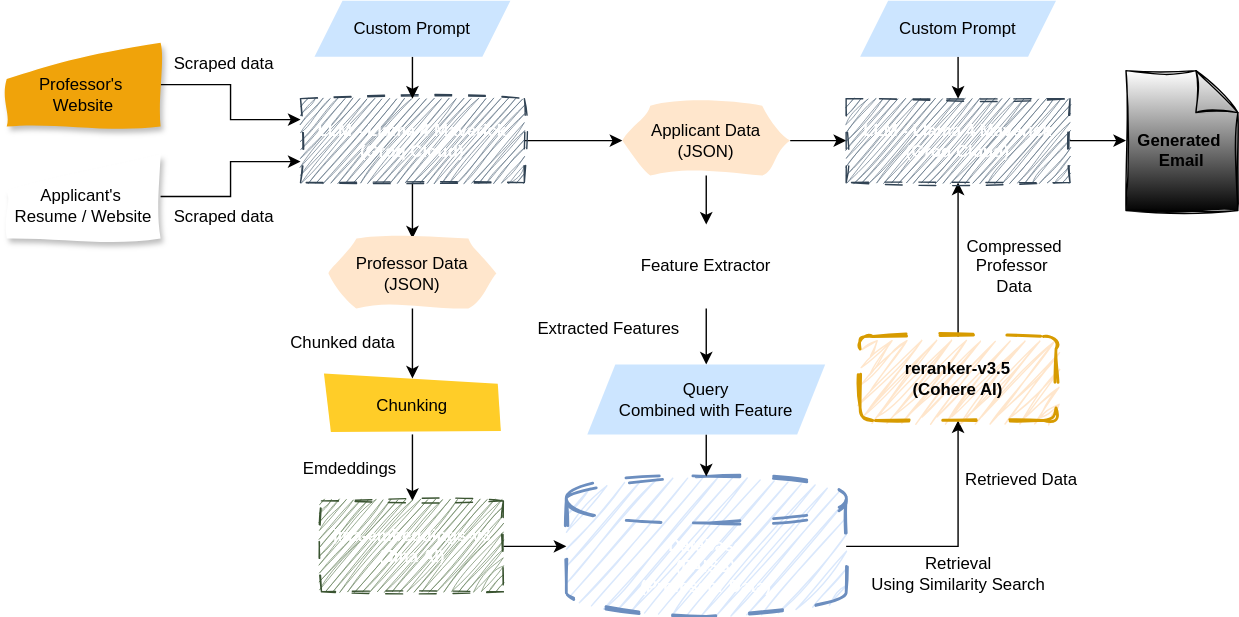
This is workflow.svg from arpon-kapuria/cold-mail-generator, a draw.io export, as it was before one commit. Source tidied: cells renumbered, new cells last; positions are measured from the earlier drawing's top-left corner, leaving out a move shared by most shapes.
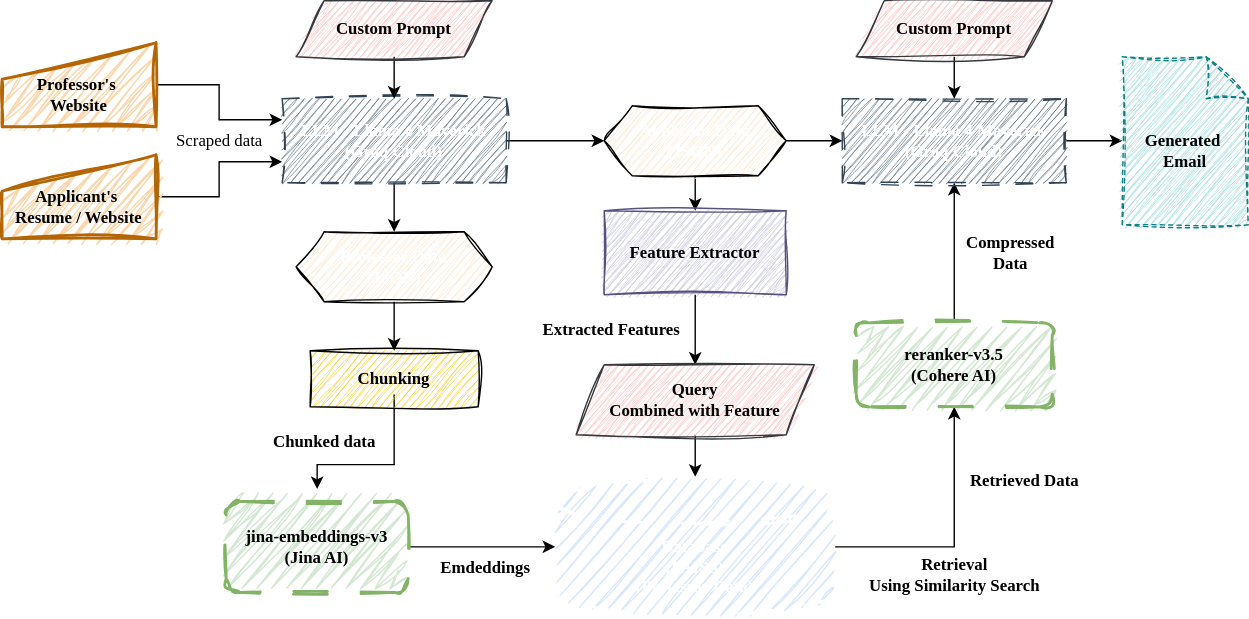
After the change.

Commit message:
fix: workflow-redesign

The edit, as a diff of the source:
```diff
@@ -16,4 +16,4 @@
     </mxCell>
-    <mxCell id="5" value="&lt;b&gt;LLM - Llama 4 Maverick&lt;br&gt;(Groq Cloud)&lt;/b&gt;" style="rounded=0;whiteSpace=wrap;html=1;fillColor=#647687;fontColor=light-dark(#FFFFFF,#FFFFFF);strokeColor=#314354;dashed=1;dashPattern=12 12;sketch=1;jiggle=2;curveFitting=1;align=center;verticalAlign=middle;fontFamily=Helvetica;fontSize=12;" parent="1" vertex="1">
-      <mxGeometry x="210" y="70" width="160" height="60" as="geometry" />
+    <mxCell id="5" value="&lt;span&gt;LLM - Llama 4 Maverick&lt;br&gt;(Groq Cloud)&lt;/span&gt;" style="rounded=0;whiteSpace=wrap;html=1;fillColor=light-dark(#647687,#677280);fontColor=light-dark(#FFFFFF,#FFFFFF);strokeColor=#314354;dashed=1;dashPattern=12 12;sketch=1;jiggle=2;curveFitting=1;align=center;verticalAlign=middle;fontFamily=Comic Sans MS;fontSize=12;fillStyle=hachure;fontStyle=1;" parent="1" vertex="1">
+      <mxGeometry x="200" y="70" width="160" height="60" as="geometry" />
     </mxCell>
@@ -22,4 +22,4 @@
     </mxCell>
-    <mxCell id="7" value="Custom Prompt" style="shape=parallelogram;perimeter=parallelogramPerimeter;whiteSpace=wrap;html=1;fixedSize=1;fillColor=#cce5ff;strokeColor=none;fontColor=light-dark(#000000,#FFFFFF);rounded=0;shadow=0;" parent="1" vertex="1">
-      <mxGeometry x="220" width="140" height="40" as="geometry" />
+    <mxCell id="7" value="Custom Prompt" style="shape=parallelogram;perimeter=parallelogramPerimeter;whiteSpace=wrap;html=1;fixedSize=1;fillColor=#ffcccc;strokeColor=#36393d;rounded=0;shadow=0;sketch=1;curveFitting=1;jiggle=2;fillStyle=zigzag;align=center;verticalAlign=middle;fontFamily=Comic Sans MS;fontSize=12;fontColor=default;fontStyle=1;" parent="1" vertex="1">
+      <mxGeometry x="210" width="140" height="40" as="geometry" />
     </mxCell>
@@ -28,10 +28,14 @@
     </mxCell>
-    <mxCell id="9" value="Scraped data" style="text;html=1;align=center;verticalAlign=middle;strokeColor=none;fillColor=none;" parent="1" vertex="1">
-      <mxGeometry x="110" y="140" width="90" height="30" as="geometry" />
-    </mxCell>
-    <mxCell id="10" style="edgeStyle=orthogonalEdgeStyle;rounded=0;jettySize=auto;html=1;" parent="1" edge="1" source="11" target="14">
-      <mxGeometry relative="1" as="geometry" />
+    <mxCell id="10" style="edgeStyle=orthogonalEdgeStyle;rounded=0;orthogonalLoop=1;jettySize=auto;html=1;" parent="1" edge="1">
+      <mxGeometry relative="1" as="geometry">
+        <mxPoint x="280" y="281.2" as="sourcePoint" />
+        <mxPoint x="225" y="348.8" as="targetPoint" />
+        <Array as="points">
+          <mxPoint x="280" y="331.2" />
+          <mxPoint x="225" y="331.2" />
+        </Array>
+      </mxGeometry>
     </mxCell>
-    <mxCell id="11" value="Chunking" style="rounded=0;whiteSpace=wrap;html=1;fillColor=light-dark(#FFCD28,#FF6666);strokeColor=none;gradientColor=none;fontColor=light-dark(#000000,#000000);dashed=1;dashPattern=12 12;sketch=1;curveFitting=1;jiggle=2;glass=0;" parent="1" vertex="1">
-      <mxGeometry x="230" y="270" width="120" height="40" as="geometry" />
+    <mxCell id="11" value="&lt;span&gt;Chunking&lt;/span&gt;" style="rounded=0;whiteSpace=wrap;html=1;fillColor=light-dark(#FFCD28,#FF6666);strokeColor=default;gradientColor=none;fontColor=light-dark(#000000,#FFFFFF);sketch=1;curveFitting=1;jiggle=2;glass=0;fillStyle=hachure;fontStyle=1;fontFamily=Comic Sans MS;" parent="1" vertex="1">
+      <mxGeometry x="220" y="250" width="120" height="40" as="geometry" />
     </mxCell>
@@ -40,7 +44,7 @@
     </mxCell>
-    <mxCell id="13" value="Chunked data" style="text;html=1;align=center;verticalAlign=middle;strokeColor=none;fillColor=none;" parent="1" vertex="1">
-      <mxGeometry x="190" y="230" width="100" height="30" as="geometry" />
+    <mxCell id="13" value="&lt;font face=&quot;Comic Sans MS&quot;&gt;Chunked data&lt;/font&gt;" style="text;html=1;align=center;verticalAlign=middle;strokeColor=none;fillColor=none;fontStyle=1;" parent="1" vertex="1">
+      <mxGeometry x="180" y="300" width="100" height="30" as="geometry" />
     </mxCell>
-    <mxCell id="14" value="&lt;b&gt;jina-embeddings-v3&lt;/b&gt;&lt;div&gt;&lt;b&gt;(Jina AI)&lt;/b&gt;&lt;/div&gt;" style="rounded=0;whiteSpace=wrap;html=1;glass=0;shadow=0;fillColor=#6d8764;fontColor=light-dark(#FFFFFF,#FFFFFF);strokeColor=#3A5431;direction=west;sketch=1;curveFitting=1;jiggle=2;dashed=1;dashPattern=12 12;" parent="1" vertex="1">
-      <mxGeometry x="225" y="357.5" width="130" height="65" as="geometry" />
+    <mxCell id="14" value="&lt;span&gt;jina-embeddings-v3&lt;/span&gt;&lt;div&gt;&lt;span&gt;(Jina AI)&lt;/span&gt;&lt;/div&gt;" style="rounded=1;whiteSpace=wrap;html=1;glass=0;shadow=0;fillColor=#d5e8d4;fontColor=default;strokeColor=#82b366;direction=west;sketch=1;curveFitting=1;jiggle=2;dashed=1;dashPattern=12 12;fillStyle=zigzag;strokeWidth=2;align=center;verticalAlign=middle;fontFamily=Comic Sans MS;fontSize=12;fontStyle=1;" parent="1" vertex="1">
+      <mxGeometry x="160" y="357.5" width="130" height="65" as="geometry" />
     </mxCell>
@@ -49,3 +53,3 @@
     </mxCell>
-    <mxCell id="16" value="&lt;div&gt;&lt;br&gt;&lt;/div&gt;Professor's&amp;nbsp;&lt;div&gt;Website&lt;/div&gt;" style="html=1;strokeWidth=2;shape=manualInput;whiteSpace=wrap;rounded=0;size=26;arcSize=11;fillColor=light-dark(#F0A30A,#FFB570);strokeColor=none;sketch=1;curveFitting=1;jiggle=2;shadow=1;fontColor=light-dark(#000000,#000000);" parent="1" vertex="1">
+    <mxCell id="16" value="&lt;div&gt;&lt;span&gt;&lt;br&gt;&lt;/span&gt;&lt;/div&gt;&lt;span&gt;Professor's&amp;nbsp;&lt;/span&gt;&lt;div&gt;&lt;span&gt;Website&lt;/span&gt;&lt;/div&gt;" style="html=1;strokeWidth=2;shape=manualInput;whiteSpace=wrap;rounded=0;size=26;arcSize=0;fillColor=#fad7ac;strokeColor=#b46504;sketch=1;curveFitting=1;jiggle=2;shadow=0;fontColor=default;fillStyle=zigzag;align=center;verticalAlign=middle;fontFamily=Comic Sans MS;fontSize=12;labelBorderColor=none;fontStyle=1;" parent="1" vertex="1">
       <mxGeometry y="30" width="110" height="60" as="geometry" />
@@ -55,3 +59,3 @@
     </mxCell>
-    <mxCell id="18" value="&lt;div&gt;&lt;br&gt;&lt;/div&gt;Applicant's&amp;nbsp;&lt;div&gt;Resume / Website&lt;/div&gt;" style="html=1;strokeWidth=2;shape=manualInput;whiteSpace=wrap;rounded=0;size=26;arcSize=0;fillColor=light-dark(#FFFFFF,#FFB570);fontColor=light-dark(#000000,#000000);labelBorderColor=none;textShadow=0;sketch=1;curveFitting=1;jiggle=2;strokeColor=none;shadow=1;" parent="1" vertex="1">
+    <mxCell id="18" value="&lt;div&gt;&lt;span&gt;&lt;br&gt;&lt;/span&gt;&lt;/div&gt;&lt;span&gt;Applicant's&amp;nbsp;&lt;/span&gt;&lt;div&gt;&lt;span&gt;Resume / Website&lt;/span&gt;&lt;/div&gt;" style="html=1;strokeWidth=2;shape=manualInput;whiteSpace=wrap;rounded=0;size=26;arcSize=0;fillColor=#fad7ac;labelBorderColor=none;textShadow=0;sketch=1;curveFitting=1;jiggle=2;strokeColor=#b46504;shadow=0;fillStyle=zigzag;fontFamily=Comic Sans MS;fontStyle=1;" parent="1" vertex="1">
       <mxGeometry y="110" width="110" height="60" as="geometry" />
@@ -61,7 +65,7 @@
     </mxCell>
-    <mxCell id="20" value="&lt;div&gt;&lt;b&gt;&lt;br&gt;&lt;/b&gt;&lt;/div&gt;&lt;div&gt;&lt;b&gt;&lt;br&gt;&lt;/b&gt;&lt;/div&gt;&lt;div&gt;&lt;b&gt;Database&lt;/b&gt;&lt;/div&gt;&lt;div&gt;&lt;b&gt;(FAISS)&lt;/b&gt;&lt;/div&gt;&lt;div&gt;&lt;b&gt;(Professor Data)&lt;/b&gt;&lt;/div&gt;" style="strokeWidth=2;html=1;shape=mxgraph.flowchart.database;whiteSpace=wrap;fillColor=light-dark(#DAE8FC,#395E82);strokeColor=#6c8ebf;shadow=0;gradientColor=none;sketch=1;curveFitting=1;jiggle=2;dashed=1;dashPattern=12 12;fillStyle=hachure;fontColor=light-dark(#FFFFFF,#FFFFFF);" parent="1" vertex="1">
-      <mxGeometry x="400" y="340" width="200" height="100" as="geometry" />
+    <mxCell id="20" value="&lt;div&gt;&lt;span&gt;&lt;br&gt;&lt;/span&gt;&lt;/div&gt;&lt;div&gt;&lt;span&gt;&lt;br&gt;&lt;/span&gt;&lt;/div&gt;&lt;div&gt;&lt;span&gt;Database&lt;/span&gt;&lt;/div&gt;&lt;div&gt;&lt;span&gt;(FAISS)&lt;/span&gt;&lt;/div&gt;&lt;div&gt;&lt;span&gt;(Professor Data)&lt;/span&gt;&lt;/div&gt;" style="strokeWidth=2;html=1;shape=mxgraph.flowchart.database;whiteSpace=wrap;fillColor=light-dark(#DAE8FC,#395E82);strokeColor=light-dark(#FFFFFF,#C4C4C4);shadow=0;gradientColor=none;sketch=1;curveFitting=1;jiggle=2;dashed=1;dashPattern=12 12;fillStyle=hachure;fontColor=light-dark(#FFFFFF,#FFFFFF);fontFamily=Comic Sans MS;fontStyle=1;" parent="1" vertex="1">
+      <mxGeometry x="395" y="340" width="200" height="100" as="geometry" />
     </mxCell>
-    <mxCell id="21" value="Emdeddings" style="text;html=1;align=center;verticalAlign=middle;strokeColor=none;fillColor=none;" parent="1" vertex="1">
-      <mxGeometry x="200" y="320" width="90" height="30" as="geometry" />
+    <mxCell id="21" value="&lt;font face=&quot;Comic Sans MS&quot;&gt;Emdeddings&lt;/font&gt;" style="text;html=1;align=center;verticalAlign=middle;strokeColor=none;fillColor=none;fontStyle=1;" parent="1" vertex="1">
+      <mxGeometry x="300" y="390" width="90" height="30" as="geometry" />
     </mxCell>
@@ -70,4 +74,4 @@
     </mxCell>
-    <mxCell id="23" value="&lt;span style=&quot;background-color: transparent;&quot;&gt;Feature Extractor&lt;/span&gt;" style="rounded=0;whiteSpace=wrap;html=1;fillColor=light-dark(#FFFFFF,#FFCCCC);sketch=1;curveFitting=1;jiggle=2;strokeColor=none;glass=0;shadow=0;fontColor=light-dark(#000000,#000000);labelBorderColor=none;textShadow=0;dashed=1;dashPattern=1 1;" parent="1" vertex="1">
-      <mxGeometry x="435" y="160" width="130" height="60" as="geometry" />
+    <mxCell id="23" value="&lt;span style=&quot;background-color: transparent;&quot;&gt;&lt;span&gt;Feature Extractor&lt;/span&gt;&lt;/span&gt;" style="rounded=0;whiteSpace=wrap;html=1;fillColor=#d0cee2;sketch=1;curveFitting=1;jiggle=2;glass=0;shadow=0;labelBorderColor=none;textShadow=0;fillStyle=zigzag;strokeColor=#56517e;fontFamily=Comic Sans MS;fontStyle=1;" parent="1" vertex="1">
+      <mxGeometry x="430" y="150" width="130" height="60" as="geometry" />
     </mxCell>
@@ -76,7 +80,7 @@
     </mxCell>
-    <mxCell id="25" value="Extracted&amp;nbsp;&lt;span style=&quot;background-color: transparent; color: light-dark(rgb(0, 0, 0), rgb(255, 255, 255));&quot;&gt;Features&lt;/span&gt;" style="text;html=1;align=center;verticalAlign=middle;strokeColor=none;fillColor=none;" parent="1" vertex="1">
-      <mxGeometry x="370" y="220" width="120" height="30" as="geometry" />
+    <mxCell id="25" value="&lt;font face=&quot;Comic Sans MS&quot;&gt;Extracted&amp;nbsp;&lt;span style=&quot;background-color: transparent; color: light-dark(rgb(0, 0, 0), rgb(255, 255, 255));&quot;&gt;Features&lt;/span&gt;&lt;/font&gt;" style="text;html=1;align=center;verticalAlign=middle;strokeColor=none;fillColor=none;fontStyle=1;" parent="1" vertex="1">
+      <mxGeometry x="370" y="220" width="130" height="30" as="geometry" />
     </mxCell>
-    <mxCell id="26" value="Scraped data" style="text;html=1;align=center;verticalAlign=middle;strokeColor=none;fillColor=none;" parent="1" vertex="1">
-      <mxGeometry x="110" y="30" width="90" height="30" as="geometry" />
+    <mxCell id="26" value="&lt;font face=&quot;Comic Sans MS&quot;&gt;Scraped data&lt;/font&gt;" style="text;html=1;align=center;verticalAlign=middle;strokeColor=none;fillColor=none;" parent="1" vertex="1">
+      <mxGeometry x="105" y="85" width="100" height="30" as="geometry" />
     </mxCell>
@@ -85,7 +89,7 @@
     </mxCell>
-    <mxCell id="28" value="&lt;b&gt;reranker-v3.5&lt;/b&gt;&lt;div&gt;&lt;b&gt;(Cohere AI)&lt;/b&gt;&lt;/div&gt;" style="whiteSpace=wrap;html=1;strokeWidth=2;fillColor=#ffe6cc;strokeColor=#d79b00;dashed=1;dashPattern=12 12;glass=0;rounded=1;sketch=1;jiggle=2;curveFitting=1;align=center;verticalAlign=middle;fontFamily=Helvetica;fontSize=12;fillStyle=zigzag;fontColor=default;" parent="1" vertex="1">
-      <mxGeometry x="610" y="240" width="140" height="60" as="geometry" />
+    <mxCell id="28" value="&lt;span&gt;reranker-v3.5&lt;/span&gt;&lt;div&gt;&lt;span&gt;(Cohere AI)&lt;/span&gt;&lt;/div&gt;" style="whiteSpace=wrap;html=1;strokeWidth=2;fillColor=#d5e8d4;strokeColor=#82b366;dashed=1;dashPattern=12 12;glass=0;rounded=1;sketch=1;jiggle=2;curveFitting=1;align=center;verticalAlign=middle;fontFamily=Comic Sans MS;fontSize=12;fillStyle=zigzag;fontStyle=1;" parent="1" vertex="1">
+      <mxGeometry x="610" y="230" width="140" height="60" as="geometry" />
     </mxCell>
-    <mxCell id="29" value="&lt;div&gt;Retrieval&lt;/div&gt;&lt;div&gt;Using Similarity Search&lt;/div&gt;" style="text;html=1;align=center;verticalAlign=middle;strokeColor=none;fillColor=none;" parent="1" vertex="1">
-      <mxGeometry x="605" y="390" width="150" height="40" as="geometry" />
+    <mxCell id="29" value="&lt;div&gt;&lt;font face=&quot;Comic Sans MS&quot;&gt;Retrieval&lt;/font&gt;&lt;/div&gt;&lt;div&gt;&lt;font face=&quot;Comic Sans MS&quot;&gt;Using Similarity Search&lt;/font&gt;&lt;/div&gt;" style="text;html=1;align=center;verticalAlign=middle;strokeColor=none;fillColor=none;fontStyle=1;" parent="1" vertex="1">
+      <mxGeometry x="600" y="390" width="160" height="40" as="geometry" />
     </mxCell>
@@ -94,4 +98,4 @@
     </mxCell>
-    <mxCell id="31" value="Query&lt;div&gt;Combined with Feature&lt;/div&gt;" style="shape=parallelogram;perimeter=parallelogramPerimeter;whiteSpace=wrap;html=1;fixedSize=1;shadow=0;align=center;verticalAlign=middle;fontFamily=Helvetica;fontSize=12;fontColor=default;fillColor=#cce5ff;strokeColor=none;dashed=1;dashPattern=1 4;" parent="1" vertex="1">
-      <mxGeometry x="415" y="260" width="170" height="50" as="geometry" />
+    <mxCell id="31" value="Query&lt;div&gt;Combined with Feature&lt;/div&gt;" style="shape=parallelogram;perimeter=parallelogramPerimeter;whiteSpace=wrap;html=1;fixedSize=1;shadow=0;align=center;verticalAlign=middle;fontFamily=Comic Sans MS;fontSize=12;fillColor=#ffcccc;strokeColor=#36393d;sketch=1;curveFitting=1;jiggle=2;fillStyle=zigzag;fontStyle=1;" parent="1" vertex="1">
+      <mxGeometry x="410" y="260" width="170" height="50" as="geometry" />
     </mxCell>
@@ -100,4 +104,4 @@
     </mxCell>
-    <mxCell id="33" value="Professor Data&lt;div&gt;(JSON)&lt;/div&gt;" style="shape=hexagon;perimeter=hexagonPerimeter2;whiteSpace=wrap;html=1;fixedSize=1;fillColor=light-dark(#FFE6CC,#FF9933);strokeColor=none;sketch=1;curveFitting=1;jiggle=2;shadow=0;dashed=1;dashPattern=8 8;fillStyle=solid;fontColor=light-dark(#000000,#000000);" parent="1" vertex="1">
-      <mxGeometry x="230" y="170" width="120" height="50" as="geometry" />
+    <mxCell id="33" value="Professor Data&lt;div&gt;(JSON)&lt;/div&gt;" style="shape=hexagon;perimeter=hexagonPerimeter2;whiteSpace=wrap;html=1;fixedSize=1;fillColor=light-dark(#FFE6CC,#FF9933);strokeColor=light-dark(#000000,#CC6600);sketch=1;curveFitting=1;jiggle=2;shadow=0;fillStyle=hachure;fontColor=light-dark(#FFFFFF,#FFFFFF);rounded=0;align=center;verticalAlign=middle;fontFamily=Comic Sans MS;fontSize=12;fontStyle=1;" parent="1" vertex="1">
+      <mxGeometry x="210" y="165" width="140" height="50" as="geometry" />
     </mxCell>
@@ -106,4 +110,4 @@
     </mxCell>
-    <mxCell id="35" value="Applicant Data&lt;div&gt;(JSON)&lt;/div&gt;" style="shape=hexagon;perimeter=hexagonPerimeter2;whiteSpace=wrap;html=1;fixedSize=1;fillColor=light-dark(#FFE6CC,#FF9933);strokeColor=none;sketch=1;curveFitting=1;jiggle=2;shadow=0;rounded=0;dashed=1;dashPattern=8 8;fillStyle=solid;align=center;verticalAlign=middle;fontFamily=Helvetica;fontSize=12;fontColor=light-dark(#000000,#000000);" parent="1" vertex="1">
-      <mxGeometry x="440" y="75" width="120" height="50" as="geometry" />
+    <mxCell id="35" value="&lt;span&gt;Applicant Data&lt;/span&gt;&lt;div&gt;&lt;span&gt;(JSON)&lt;/span&gt;&lt;/div&gt;" style="shape=hexagon;perimeter=hexagonPerimeter2;whiteSpace=wrap;html=1;fixedSize=1;fillColor=light-dark(#FFE6CC,#FF9933);strokeColor=light-dark(#000000,#CC6600);sketch=1;curveFitting=1;jiggle=2;shadow=0;rounded=0;fillStyle=hachure;align=center;verticalAlign=middle;fontFamily=Comic Sans MS;fontSize=12;fontColor=light-dark(#FFFFFF,#FFFFFF);fontStyle=1;" parent="1" vertex="1">
+      <mxGeometry x="430" y="75" width="130" height="50" as="geometry" />
     </mxCell>
@@ -112,10 +116,10 @@
     </mxCell>
-    <mxCell id="37" value="&lt;b&gt;LLM - Llama 4 Maverick&lt;br&gt;(Groq Cloud)&lt;/b&gt;" style="rounded=0;whiteSpace=wrap;html=1;fillColor=#647687;fontColor=light-dark(#FFFFFF,#FFFFFF);strokeColor=#314354;sketch=1;curveFitting=1;jiggle=2;dashed=1;dashPattern=12 12;" parent="1" vertex="1">
+    <mxCell id="37" value="&lt;span&gt;LLM - Llama 4 Maverick&lt;br&gt;(Groq Cloud)&lt;/span&gt;" style="rounded=0;whiteSpace=wrap;html=1;fillColor=light-dark(#647687,#677280);fontColor=light-dark(#FFFFFF,#FFFFFF);strokeColor=#314354;sketch=1;curveFitting=1;jiggle=2;dashed=1;dashPattern=12 12;fillStyle=hachure;align=center;verticalAlign=middle;fontFamily=Comic Sans MS;fontSize=12;fontStyle=1;" parent="1" vertex="1">
       <mxGeometry x="600" y="70" width="160" height="60" as="geometry" />
     </mxCell>
-    <mxCell id="38" value="Retrieved Data" style="text;html=1;align=center;verticalAlign=middle;strokeColor=none;fillColor=none;" parent="1" vertex="1">
-      <mxGeometry x="675" y="327.5" width="100" height="30" as="geometry" />
+    <mxCell id="38" value="&lt;font face=&quot;Comic Sans MS&quot;&gt;Retrieved Data&lt;/font&gt;" style="text;html=1;align=center;verticalAlign=middle;strokeColor=none;fillColor=none;fontStyle=1;" parent="1" vertex="1">
+      <mxGeometry x="675" y="327.5" width="110" height="30" as="geometry" />
     </mxCell>
-    <mxCell id="39" value="Compressed&lt;div&gt;Professor&amp;nbsp;&lt;/div&gt;&lt;div&gt;Data&lt;/div&gt;" style="text;html=1;align=center;verticalAlign=middle;strokeColor=none;fillColor=none;" parent="1" vertex="1">
-      <mxGeometry x="675" y="160" width="90" height="60" as="geometry" />
+    <mxCell id="39" value="Compressed&lt;div&gt;&lt;span style=&quot;background-color: transparent; color: light-dark(rgb(0, 0, 0), rgb(255, 255, 255));&quot;&gt;Data&lt;/span&gt;&lt;/div&gt;" style="text;html=1;align=center;verticalAlign=middle;strokeColor=none;fillColor=none;fontFamily=Comic Sans MS;fontStyle=1;" parent="1" vertex="1">
+      <mxGeometry x="675" y="160" width="90" height="40" as="geometry" />
     </mxCell>
@@ -124,7 +128,7 @@
     </mxCell>
-    <mxCell id="41" value="Custom Prompt" style="shape=parallelogram;perimeter=parallelogramPerimeter;whiteSpace=wrap;html=1;fixedSize=1;fillColor=#cce5ff;strokeColor=none;shadow=0;" parent="1" vertex="1">
+    <mxCell id="41" value="&lt;span&gt;Custom Prompt&lt;/span&gt;" style="shape=parallelogram;perimeter=parallelogramPerimeter;whiteSpace=wrap;html=1;fixedSize=1;fillColor=#ffcccc;strokeColor=#36393d;shadow=0;sketch=1;curveFitting=1;jiggle=2;fillStyle=zigzag;align=center;verticalAlign=middle;fontFamily=Comic Sans MS;fontSize=12;fontColor=default;fontStyle=1;" parent="1" vertex="1">
       <mxGeometry x="610" width="140" height="40" as="geometry" />
     </mxCell>
-    <mxCell id="42" value="&lt;div&gt;&lt;b&gt;&lt;font style=&quot;&quot;&gt;&lt;br&gt;&lt;/font&gt;&lt;/b&gt;&lt;/div&gt;&lt;b&gt;&lt;font style=&quot;&quot;&gt;Generated&amp;nbsp;&lt;/font&gt;&lt;/b&gt;&lt;div&gt;&lt;b&gt;&lt;font style=&quot;&quot;&gt;Email&lt;/font&gt;&lt;/b&gt;&lt;/div&gt;" style="shape=note;whiteSpace=wrap;html=1;backgroundOutline=1;darkOpacity=0.05;fillColor=light-dark(#FFFFFF,#707070);strokeColor=default;sketch=1;curveFitting=1;jiggle=2;shadow=0;gradientColor=light-dark(#000000,#695F55);fontColor=light-dark(#000000,#000000);" parent="1" vertex="1">
-      <mxGeometry x="800" y="50" width="80" height="100" as="geometry" />
+    <mxCell id="42" value="&lt;div&gt;&lt;span&gt;&lt;font style=&quot;&quot;&gt;&lt;br&gt;&lt;/font&gt;&lt;/span&gt;&lt;/div&gt;&lt;span&gt;&lt;font style=&quot;&quot;&gt;Generated&amp;nbsp;&lt;/font&gt;&lt;/span&gt;&lt;div&gt;&lt;span&gt;&lt;font style=&quot;&quot;&gt;Email&lt;/font&gt;&lt;/span&gt;&lt;/div&gt;" style="shape=note;whiteSpace=wrap;html=1;backgroundOutline=1;darkOpacity=0.05;fillColor=#b0e3e6;strokeColor=#0e8088;sketch=1;curveFitting=1;jiggle=2;shadow=0;dashed=1;fillStyle=zigzag;fontColor=default;align=center;verticalAlign=middle;fontFamily=Comic Sans MS;fontSize=12;fontStyle=1;" parent="1" vertex="1">
+      <mxGeometry x="800" y="40" width="90" height="120" as="geometry" />
     </mxCell>
```
